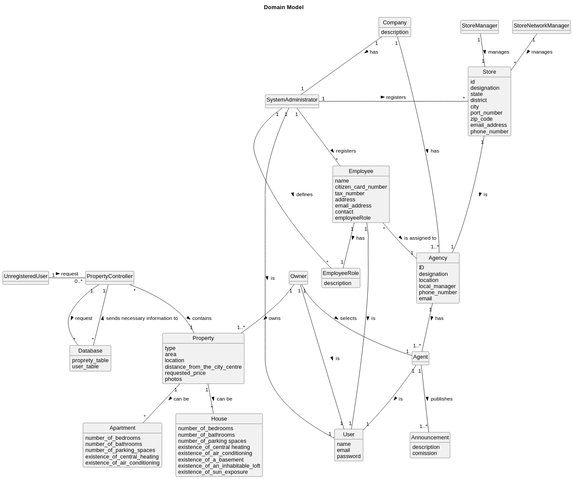
This is docs/Sprint-C/global-artifacts/02.analysis/svg/project-domain-model.svg from Rodrick0209/ISEP-LAPR2-22-23, a PlantUML export, as it was before one commit. The source it was exported from:
```plantuml
@startuml
skinparam monochrome true
skinparam packageStyle rectangle
skinparam shadowing false
skinparam classAttributeIconSize 0
hide circle
hide methods

title Domain Model


class Employee{
name
citizen_card_number
tax_number
address
email_address
contact
employeeRole
}

class SystemAdministrator{
}

class EmployeeRole{
description
}

class Company{
description
}

class Agency{
ID
designation
location
local_manager
phone_number
email
}

class User{
name
email
password
}

class Store {
    id
    designation
    state
    district
    city
    port_number
    zip_code
    email_address
    phone_number
}

class Property {
    type
    area
    location
    distance_from_the_city_centre
    requested_price
    photos
    }

class Announcement {
        description
        comission
      }

class Apartment{
    number_of_bedrooms
    number_of_bathrooms
    number_of_parking_spaces
    existence_of_central_heating
    existence_of_air_conditioning
}

class House{
    number_of_bedrooms
    number_of_bathrooms
    number_of_parking spaces
    existence_of_central heating
    existence_of_air_conditioning
    existence_of_a_basement
    existence_of_an_inhabitable_loft
    existence_of_sun_exposure
}

class Database {
    proprety_table
    user_table
}

UnregisteredUser "1" - "0..*" PropertyController : request >
PropertyController "1." -- "*" Database : request >
PropertyController "1." -- "*" Database : sends necessary information to <
PropertyController "*" -- "1"  Property : contains >
Agent "1" -- "1..*" Announcement : publishes >
Agency "1" -- "1..*" Agent : has >
SystemAdministrator "1" -- "*" Employee : registers >
Employee "*" -- "1" Agency : is assigned to >
Employee "1" -- "1" EmployeeRole :  has >
SystemAdministrator "1" -- "*" EmployeeRole : defines >
Owner "1" -- "1..*" Property : owns >
Property "1" -- "*" House :  can be >
Property "1" -- "*" Apartment :  can be >
Owner "1" -- "1" Agent : selects >
SystemAdministrator "1" - "*" Store : registers >
StoreManager "1" -- "1" Store : manages >
StoreNetworkManager "1" -- "*" Store : manages >
Store "1" -- "1" Agency : is >
Company "1" -- "1..*" Agency : has >
Company "1" -- "1" SystemAdministrator : has >
SystemAdministrator "1" -- "1" User : is >
Employee "1" -- "1" User : is >
Agent "1" -- "1" User : is >
Owner "1" -- "1" User : is >
@enduml
```
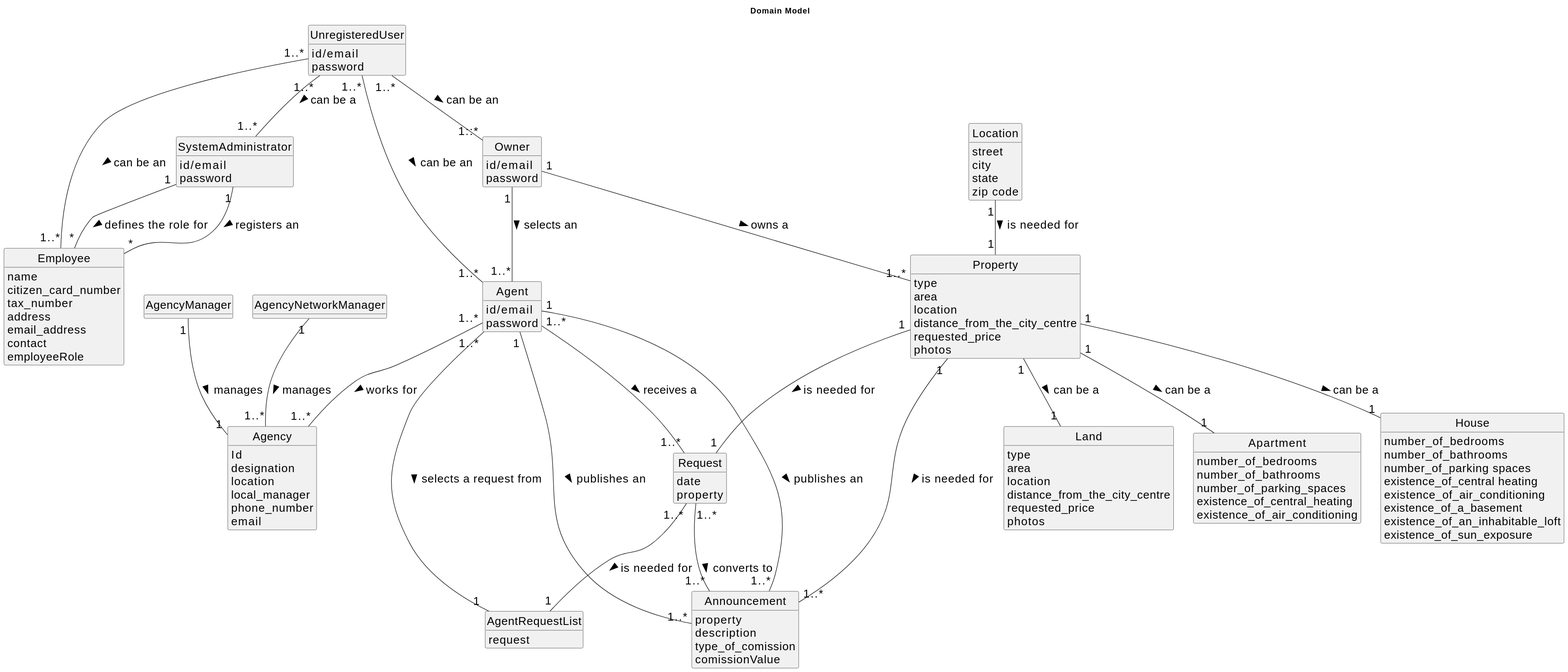
Above is the later version.

The edit, as a diff of the source:
```diff
@@ -1,4 +1,5 @@
 @startuml
+skinparamlocked defaultFontSize 20
 skinparam monochrome true
 skinparam packageStyle rectangle
 skinparam shadowing false
@@ -18,20 +19,29 @@
 contact
 employeeRole
 }
+class Agent{
+id/email
+password
+}
 
 class SystemAdministrator{
+id/email
+password
 }
 
-class EmployeeRole{
-description
+class Land{
+type
+area
+location
+distance_from_the_city_centre
+requested_price
+photos
+
 }
 
-class Company{
-description
-}
 
 class Agency{
-ID
+Id
 designation
 location
 local_manager
@@ -39,23 +49,11 @@
 email
 }
 
-class User{
-name
-email
+class UnregisteredUser{
+id/email
 password
 }
 
-class Store {
-    id
-    designation
-    state
-    district
-    city
-    port_number
-    zip_code
-    email_address
-    phone_number
-}
 
 class Property {
     type
@@ -67,8 +65,10 @@
     }
 
 class Announcement {
-        description
-        comission
+       property
+         description
+            type_of_comission
+           comissionValue
       }
 
 class Apartment{
@@ -90,33 +90,62 @@
     existence_of_sun_exposure
 }
 
-class Database {
-    proprety_table
-    user_table
+
+class  AgentRequestList{
+request
+
+}
+class Request{
+date
+property
 }
 
-UnregisteredUser "1" - "0..*" PropertyController : request >
-PropertyController "1." -- "*" Database : request >
-PropertyController "1." -- "*" Database : sends necessary information to <
-PropertyController "*" -- "1"  Property : contains >
-Agent "1" -- "1..*" Announcement : publishes >
-Agency "1" -- "1..*" Agent : has >
-SystemAdministrator "1" -- "*" Employee : registers >
-Employee "*" -- "1" Agency : is assigned to >
-Employee "1" -- "1" EmployeeRole :  has >
-SystemAdministrator "1" -- "*" EmployeeRole : defines >
-Owner "1" -- "1..*" Property : owns >
-Property "1" -- "*" House :  can be >
-Property "1" -- "*" Apartment :  can be >
-Owner "1" -- "1" Agent : selects >
-SystemAdministrator "1" - "*" Store : registers >
-StoreManager "1" -- "1" Store : manages >
-StoreNetworkManager "1" -- "*" Store : manages >
-Store "1" -- "1" Agency : is >
-Company "1" -- "1..*" Agency : has >
-Company "1" -- "1" SystemAdministrator : has >
-SystemAdministrator "1" -- "1" User : is >
-Employee "1" -- "1" User : is >
-Agent "1" -- "1" User : is >
-Owner "1" -- "1" User : is >
+
+class Location{
+street
+city
+state
+zip code
+}
+
+class Owner{
+id/email
+password
+}
+
+
+
+
+
+Agent "1..*" -- "1..*" Request : receives a  >
+Agent "1..*" -- "1" AgentRequestList: selects a request from >
+Property "1"-- "1..*"Announcement: is needed for  >
+Property "1"-- "1"Request: is needed for  >
+Request "1..*"-- "1"AgentRequestList: is needed for  >
+Request "1..*"-- "1..*"Announcement: converts to  >
+Location "1"--"1" Property : is needed for >
+
+Agent "1" -- "1..*" Announcement : publishes an >
+
+Agent "1" -- "1..*" Announcement : publishes an >
+Agent "1..*" -- "1..*" Agency : works for >
+SystemAdministrator "1" -- "*" Employee : registers an >
+
+SystemAdministrator "1" -- "*" Employee : defines the role for >
+Owner "1" -- "1..*" Property : owns a >
+Property "1" -- "1" House :  can be a >
+Property "1" -- "1" Apartment :  can be a >
+Property "1" -- "1" Land :  can be a >
+UnregisteredUser "1..*" -- "1..*" Agent :  can be an >
+UnregisteredUser "1..*" -- "1::*" Owner :  can be an >
+UnregisteredUser "1..*" -- "1..*" Employee :  can be an >
+UnregisteredUser "1..*" -- "1..*" SystemAdministrator :  can be a >
+
+
+
+
+Owner "1" -- "1..*" Agent : selects an  >
+
+AgencyManager "1" -- "1" Agency : manages >
+AgencyNetworkManager "1" -- "1..*" Agency : manages >
 @enduml
```
